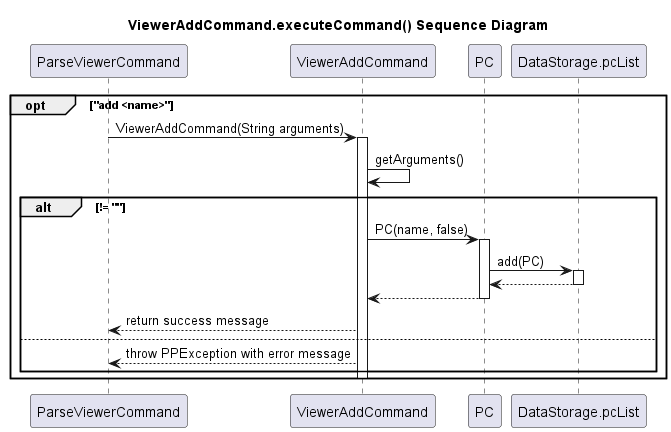
Earlier version of the PlantUML export docs/uml-pictures/ViewerAddCommand.png (typingpanda/tp).
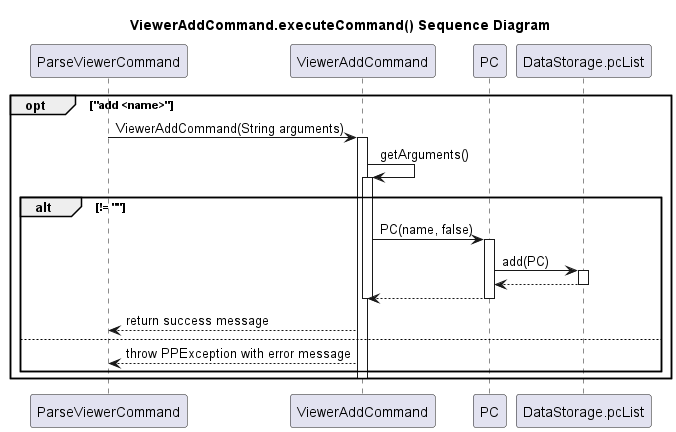
The same diagram one commit later.

Commit message:
Update ViewerAddCommand to include the activation bar Update ParserClass class diagram to follow standard practice for diagrams

Diff of the diagram source:
```diff
@@ -10,6 +10,7 @@
 ParseViewerCommand -> ViewerAddCommand: ViewerAddCommand(String arguments)
 activate ViewerAddCommand
 ViewerAddCommand -> ViewerAddCommand: getArguments()
+activate ViewerAddCommand
 alt != ""
     ViewerAddCommand -> PC: PC(name, false)
     activate PC
@@ -19,6 +20,7 @@
     deactivate DataStorage.pcList
     PC --> ViewerAddCommand
     deactivate PC
+    deactivate ViewerAddCommand
     ViewerAddCommand --> ParseViewerCommand: return success message
 else
     ViewerAddCommand --> ParseViewerCommand: throw PPException with error message
```
